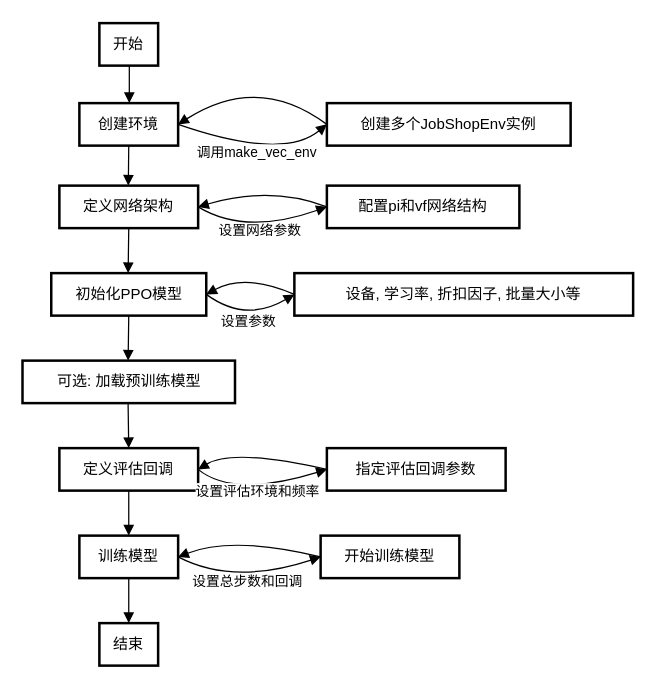
The draw.io diagram PPO.drawio in LFNing/General, before the edit. Source tidied: cells renumbered, new cells numbered last; positions are measured from the earlier drawing's top-left corner, leaving out a move shared by most shapes. Both pictures are drawn from the tidied source at 125%, with x=0, y=0 at pixel (22, 22).
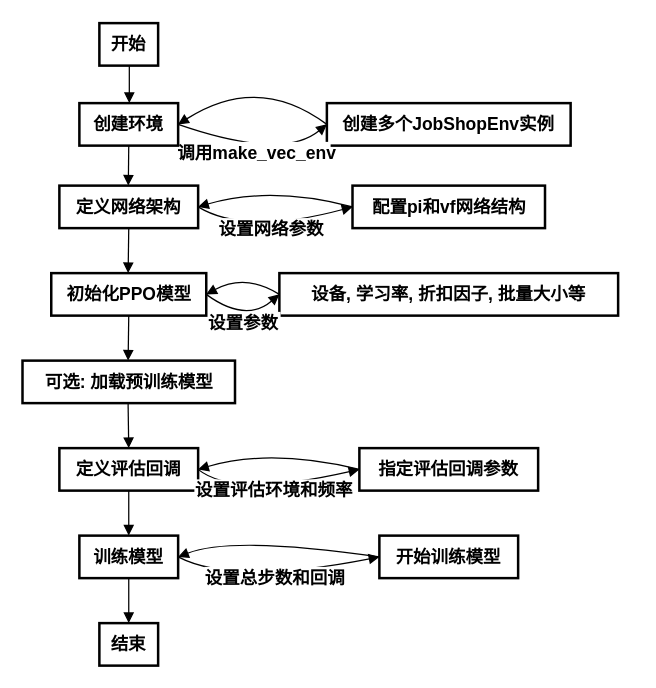
The same diagram, later.

Change to the diagram source:
```diff
@@
-    <mxCell id="2" value="开始" style="whiteSpace=wrap;strokeWidth=2;" parent="1" vertex="1">
+    <mxCell id="2" value="开始" style="whiteSpace=wrap;strokeWidth=2;fontFamily=宋体-简;fontStyle=1;fontSize=14;" parent="1" vertex="1">
       <mxGeometry x="61" width="47" height="34" as="geometry" />
     </mxCell>
-    <mxCell id="3" value="创建环境" style="whiteSpace=wrap;strokeWidth=2;" parent="1" vertex="1">
+    <mxCell id="3" value="创建环境" style="whiteSpace=wrap;strokeWidth=2;fontFamily=宋体-简;fontStyle=1;fontSize=14;" parent="1" vertex="1">
       <mxGeometry x="45" y="64" width="79" height="34" as="geometry" />
     </mxCell>
-    <mxCell id="4" value="定义网络架构" style="whiteSpace=wrap;strokeWidth=2;" parent="1" vertex="1">
+    <mxCell id="4" value="定义网络架构" style="whiteSpace=wrap;strokeWidth=2;fontFamily=宋体-简;fontStyle=1;fontSize=14;" parent="1" vertex="1">
       <mxGeometry x="29" y="130" width="111" height="34" as="geometry" />
     </mxCell>
-    <mxCell id="5" value="初始化PPO模型" style="whiteSpace=wrap;strokeWidth=2;" parent="1" vertex="1">
+    <mxCell id="5" value="初始化PPO模型" style="whiteSpace=wrap;strokeWidth=2;fontFamily=宋体-简;fontStyle=1;fontSize=14;" parent="1" vertex="1">
       <mxGeometry x="22.5" y="200" width="124" height="34" as="geometry" />
     </mxCell>
-    <mxCell id="6" value="可选: 加载预训练模型" style="whiteSpace=wrap;strokeWidth=2;" parent="1" vertex="1">
+    <mxCell id="6" value="可选: 加载预训练模型" style="whiteSpace=wrap;strokeWidth=2;fontFamily=宋体-简;fontStyle=1;fontSize=14;" parent="1" vertex="1">
       <mxGeometry x="-0.5" y="270" width="170" height="34" as="geometry" />
     </mxCell>
-    <mxCell id="7" value="定义评估回调" style="whiteSpace=wrap;strokeWidth=2;" parent="1" vertex="1">
+    <mxCell id="7" value="定义评估回调" style="whiteSpace=wrap;strokeWidth=2;fontFamily=宋体-简;fontStyle=1;fontSize=14;" parent="1" vertex="1">
       <mxGeometry x="29" y="340" width="111" height="34" as="geometry" />
     </mxCell>
-    <mxCell id="8" value="训练模型" style="whiteSpace=wrap;strokeWidth=2;" parent="1" vertex="1">
+    <mxCell id="8" value="训练模型" style="whiteSpace=wrap;strokeWidth=2;fontFamily=宋体-简;fontStyle=1;fontSize=14;" parent="1" vertex="1">
       <mxGeometry x="45" y="410" width="79" height="34" as="geometry" />
     </mxCell>
-    <mxCell id="9" value="结束" style="whiteSpace=wrap;strokeWidth=2;" parent="1" vertex="1">
+    <mxCell id="9" value="结束" style="whiteSpace=wrap;strokeWidth=2;fontFamily=宋体-简;fontStyle=1;fontSize=14;" parent="1" vertex="1">
       <mxGeometry x="61" y="480" width="47" height="34" as="geometry" />
     </mxCell>
-    <mxCell id="10" value="创建多个JobShopEnv实例" style="whiteSpace=wrap;strokeWidth=2;" parent="1" vertex="1">
+    <mxCell id="10" value="创建多个JobShopEnv实例" style="whiteSpace=wrap;strokeWidth=2;fontFamily=宋体-简;fontStyle=1;fontSize=14;" parent="1" vertex="1">
       <mxGeometry x="243" y="64" width="195" height="34" as="geometry" />
     </mxCell>
-    <mxCell id="11" value="配置pi和vf网络结构" style="whiteSpace=wrap;strokeWidth=2;" parent="1" vertex="1">
-      <mxGeometry x="243" y="130" width="154" height="34" as="geometry" />
+    <mxCell id="11" value="配置pi和vf网络结构" style="whiteSpace=wrap;strokeWidth=2;fontFamily=宋体-简;fontStyle=1;fontSize=14;" parent="1" vertex="1">
+      <mxGeometry x="263.5" y="130" width="154" height="34" as="geometry" />
     </mxCell>
-    <mxCell id="12" value="设备, 学习率, 折扣因子, 批量大小等" style="whiteSpace=wrap;strokeWidth=2;" parent="1" vertex="1">
-      <mxGeometry x="217" y="200" width="271" height="34" as="geometry" />
+    <mxCell id="12" value="设备, 学习率, 折扣因子, 批量大小等" style="whiteSpace=wrap;strokeWidth=2;fontFamily=宋体-简;fontStyle=1;fontSize=14;" parent="1" vertex="1">
+      <mxGeometry x="205" y="200" width="271" height="34" as="geometry" />
     </mxCell>
-    <mxCell id="13" value="指定评估回调参数" style="whiteSpace=wrap;strokeWidth=2;" parent="1" vertex="1">
-      <mxGeometry x="243" y="340" width="143" height="34" as="geometry" />
+    <mxCell id="13" value="指定评估回调参数" style="whiteSpace=wrap;strokeWidth=2;fontFamily=宋体-简;fontStyle=1;fontSize=14;" parent="1" vertex="1">
+      <mxGeometry x="269" y="340" width="143" height="34" as="geometry" />
     </mxCell>
-    <mxCell id="14" value="开始训练模型" style="whiteSpace=wrap;strokeWidth=2;" parent="1" vertex="1">
-      <mxGeometry x="238" y="410" width="111" height="34" as="geometry" />
+    <mxCell id="14" value="开始训练模型" style="whiteSpace=wrap;strokeWidth=2;fontFamily=宋体-简;fontStyle=1;fontSize=14;" parent="1" vertex="1">
+      <mxGeometry x="285" y="410" width="111" height="34" as="geometry" />
     </mxCell>
-    <mxCell id="15" style="curved=1;startArrow=none;endArrow=block;exitX=0.509765625;exitY=0.9852941176470589;entryX=0.5058099287974683;entryY=-0.014705882352941176;rounded=0;" parent="1" edge="1" source="2" target="3">
+    <mxCell id="15" style="curved=1;startArrow=none;endArrow=block;exitX=0.509765625;exitY=0.9852941176470589;entryX=0.5058099287974683;entryY=-0.014705882352941176;rounded=0;fontFamily=宋体-简;fontStyle=1;fontSize=14;" parent="1" edge="1" source="2" target="3">
       <mxGeometry relative="1" as="geometry" />
     </mxCell>
-    <mxCell id="16" style="curved=1;startArrow=none;endArrow=block;exitX=0.5;exitY=1;entryX=0.4967799831081081;entryY=-0.014705882352941176;rounded=0;exitDx=0;exitDy=0;" parent="1" edge="1" source="3" target="4">
+    <mxCell id="16" style="curved=1;startArrow=none;endArrow=block;exitX=0.5;exitY=1;entryX=0.4967799831081081;entryY=-0.014705882352941176;rounded=0;exitDx=0;exitDy=0;fontFamily=宋体-简;fontStyle=1;fontSize=14;" parent="1" edge="1" source="3" target="4">
       <mxGeometry relative="1" as="geometry" />
     </mxCell>
-    <mxCell id="17" style="curved=0;startArrow=none;endArrow=block;exitX=0.5;exitY=1;entryX=0.4959677419354839;entryY=-0.014705882352941176;rounded=0;exitDx=0;exitDy=0;" parent="1" edge="1" source="4" target="5">
+    <mxCell id="17" style="curved=0;startArrow=none;endArrow=block;exitX=0.5;exitY=1;entryX=0.4959677419354839;entryY=-0.014705882352941176;rounded=0;exitDx=0;exitDy=0;fontFamily=宋体-简;fontStyle=1;fontSize=14;" parent="1" edge="1" source="4" target="5">
       <mxGeometry relative="1" as="geometry" />
     </mxCell>
-    <mxCell id="18" style="curved=0;startArrow=none;endArrow=block;entryX=0.4970588235294118;entryY=-0.014705882352941176;rounded=0;exitX=0.5;exitY=1;exitDx=0;exitDy=0;" parent="1" edge="1" source="5" target="6">
+    <mxCell id="18" style="curved=0;startArrow=none;endArrow=block;entryX=0.4970588235294118;entryY=-0.014705882352941176;rounded=0;exitX=0.5;exitY=1;exitDx=0;exitDy=0;fontFamily=宋体-简;fontStyle=1;fontSize=14;" parent="1" edge="1" source="5" target="6">
       <mxGeometry relative="1" as="geometry" />
     </mxCell>
-    <mxCell id="19" style="curved=1;startArrow=none;endArrow=block;exitX=0.4970588235294118;exitY=0.9705882352941176;entryX=0.5;entryY=0;rounded=0;" parent="1" edge="1" source="6" target="7">
+    <mxCell id="19" style="curved=1;startArrow=none;endArrow=block;exitX=0.4970588235294118;exitY=0.9705882352941176;entryX=0.5;entryY=0;rounded=0;fontFamily=宋体-简;fontStyle=1;fontSize=14;" parent="1" edge="1" source="6" target="7">
       <mxGeometry relative="1" as="geometry" />
     </mxCell>
-    <mxCell id="20" style="curved=1;startArrow=none;endArrow=block;exitX=0.5;exitY=1;entryX=0.5;entryY=0;rounded=0;exitDx=0;exitDy=0;" parent="1" edge="1" source="7" target="8">
+    <mxCell id="20" style="curved=1;startArrow=none;endArrow=block;exitX=0.5;exitY=1;entryX=0.5;entryY=0;rounded=0;exitDx=0;exitDy=0;fontFamily=宋体-简;fontStyle=1;fontSize=14;" parent="1" edge="1" source="7" target="8">
       <mxGeometry relative="1" as="geometry" />
     </mxCell>
-    <mxCell id="21" style="curved=1;startArrow=none;endArrow=block;exitX=0.5;exitY=1;entryX=0.5;entryY=0;rounded=0;exitDx=0;exitDy=0;" parent="1" edge="1" source="8" target="9">
+    <mxCell id="21" style="curved=1;startArrow=none;endArrow=block;exitX=0.5;exitY=1;entryX=0.5;entryY=0;rounded=0;exitDx=0;exitDy=0;fontFamily=宋体-简;fontStyle=1;fontSize=14;" parent="1" edge="1" source="8" target="9">
       <mxGeometry relative="1" as="geometry" />
     </mxCell>
-    <mxCell id="22" value="调用make_vec_env" style="curved=1;startArrow=none;endArrow=block;exitX=1;exitY=0.5;entryX=0;entryY=0.5;rounded=0;exitDx=0;exitDy=0;entryDx=0;entryDy=0;" parent="1" edge="1" source="3" target="10">
+    <mxCell id="22" value="调用make_vec_env" style="curved=1;startArrow=none;endArrow=block;exitX=1;exitY=0.5;entryX=0;entryY=0.5;rounded=0;exitDx=0;exitDy=0;entryDx=0;entryDy=0;fontFamily=宋体-简;fontStyle=1;fontSize=14;" parent="1" edge="1" source="3" target="10">
       <mxGeometry relative="1" as="geometry">
         <Array as="points">
           <mxPoint x="208" y="110" />
         </Array>
       </mxGeometry>
     </mxCell>
-    <mxCell id="23" style="curved=1;startArrow=none;endArrow=block;exitX=0;exitY=0.5;entryX=1;entryY=0.5;rounded=0;entryDx=0;entryDy=0;exitDx=0;exitDy=0;" parent="1" edge="1" source="10" target="3">
+    <mxCell id="23" style="curved=1;startArrow=none;endArrow=block;exitX=0;exitY=0.5;entryX=1;entryY=0.5;rounded=0;entryDx=0;entryDy=0;exitDx=0;exitDy=0;fontFamily=宋体-简;fontStyle=1;fontSize=14;" parent="1" edge="1" source="10" target="3">
       <mxGeometry relative="1" as="geometry">
         <Array as="points">
           <mxPoint x="188" y="40" />
         </Array>
       </mxGeometry>
     </mxCell>
-    <mxCell id="24" value="设置网络参数" style="curved=1;startArrow=none;endArrow=block;rounded=0;exitX=1;exitY=0.5;exitDx=0;exitDy=0;entryX=0;entryY=0.5;entryDx=0;entryDy=0;" parent="1" edge="1" source="4" target="11">
+    <mxCell id="24" value="设置网络参数" style="curved=1;startArrow=none;endArrow=block;rounded=0;exitX=1;exitY=0.5;exitDx=0;exitDy=0;entryX=0;entryY=0.5;entryDx=0;entryDy=0;fontFamily=宋体-简;fontStyle=1;fontSize=14;" parent="1" edge="1" source="4" target="11">
       <mxGeometry relative="1" as="geometry">
         <Array as="points">
           <mxPoint x="178" y="170" />
         </Array>
       </mxGeometry>
     </mxCell>
-    <mxCell id="25" style="curved=1;startArrow=none;endArrow=block;entryX=1;entryY=0.5;rounded=0;entryDx=0;entryDy=0;exitX=0;exitY=0.5;exitDx=0;exitDy=0;" parent="1" edge="1" source="11" target="4">
+    <mxCell id="25" style="curved=1;startArrow=none;endArrow=block;entryX=1;entryY=0.5;rounded=0;entryDx=0;entryDy=0;exitX=0;exitY=0.5;exitDx=0;exitDy=0;fontFamily=宋体-简;fontStyle=1;fontSize=14;" parent="1" edge="1" source="11" target="4">
       <mxGeometry relative="1" as="geometry">
         <Array as="points">
           <mxPoint x="198" y="130" />
         </Array>
       </mxGeometry>
     </mxCell>
-    <mxCell id="26" value="设置参数" style="curved=1;startArrow=none;endArrow=block;exitX=1;exitY=0.5;entryX=0;entryY=0.5;rounded=0;entryDx=0;entryDy=0;exitDx=0;exitDy=0;" parent="1" edge="1" source="5" target="12">
+    <mxCell id="26" value="设置参数" style="curved=1;startArrow=none;endArrow=block;exitX=1;exitY=0.5;entryX=0;entryY=0.5;rounded=0;entryDx=0;entryDy=0;exitDx=0;exitDy=0;fontFamily=宋体-简;fontStyle=1;fontSize=14;" parent="1" edge="1" source="5" target="12">
       <mxGeometry relative="1" as="geometry">
         <Array as="points">
           <mxPoint x="178" y="240" />
         </Array>
       </mxGeometry>
     </mxCell>
-    <mxCell id="27" style="curved=1;startArrow=none;endArrow=block;exitX=0;exitY=0.5;entryX=1;entryY=0.5;rounded=0;exitDx=0;exitDy=0;entryDx=0;entryDy=0;" parent="1" edge="1" source="12" target="5">
+    <mxCell id="27" style="curved=1;startArrow=none;endArrow=block;exitX=0;exitY=0.5;entryX=1;entryY=0.5;rounded=0;exitDx=0;exitDy=0;entryDx=0;entryDy=0;fontFamily=宋体-简;fontStyle=1;fontSize=14;" parent="1" edge="1" source="12" target="5">
       <mxGeometry relative="1" as="geometry">
         <Array as="points">
           <mxPoint x="178" y="200" />
         </Array>
       </mxGeometry>
     </mxCell>
-    <mxCell id="28" value="设置评估环境和频率" style="curved=1;startArrow=none;endArrow=block;exitX=1;exitY=0.5;entryX=0;entryY=0.5;rounded=0;entryDx=0;entryDy=0;exitDx=0;exitDy=0;" parent="1" edge="1" source="7" target="13">
+    <mxCell id="28" value="设置评估环境和频率" style="curved=1;startArrow=none;endArrow=block;exitX=1;exitY=0.5;entryX=0;entryY=0.5;rounded=0;entryDx=0;entryDy=0;exitDx=0;exitDy=0;fontFamily=宋体-简;fontStyle=1;fontSize=14;" parent="1" edge="1" source="7" target="13">
       <mxGeometry relative="1" as="geometry">
         <Array as="points">
           <mxPoint x="168" y="380" />
         </Array>
       </mxGeometry>
     </mxCell>
-    <mxCell id="29" style="curved=1;startArrow=none;endArrow=block;exitX=0;exitY=0.5;entryX=1;entryY=0.5;rounded=0;entryDx=0;entryDy=0;exitDx=0;exitDy=0;" parent="1" edge="1" source="13" target="7">
+    <mxCell id="29" style="curved=1;startArrow=none;endArrow=block;exitX=0;exitY=0.5;entryX=1;entryY=0.5;rounded=0;entryDx=0;entryDy=0;exitDx=0;exitDy=0;fontFamily=宋体-简;fontStyle=1;fontSize=14;" parent="1" edge="1" source="13" target="7">
       <mxGeometry relative="1" as="geometry">
         <Array as="points">
-          <mxPoint x="168" y="340" />
+          <mxPoint x="198" y="340" />
         </Array>
       </mxGeometry>
     </mxCell>
-    <mxCell id="30" value="设置总步数和回调" style="curved=1;startArrow=none;endArrow=block;exitX=1;exitY=0.5;entryX=0;entryY=0.5;rounded=0;entryDx=0;entryDy=0;exitDx=0;exitDy=0;" parent="1" edge="1" source="8" target="14">
+    <mxCell id="30" value="设置总步数和回调" style="curved=1;startArrow=none;endArrow=block;exitX=1;exitY=0.5;entryX=0;entryY=0.5;rounded=0;entryDx=0;entryDy=0;exitDx=0;exitDy=0;fontFamily=宋体-简;fontStyle=1;fontSize=14;" parent="1" edge="1" source="8" target="14">
       <mxGeometry relative="1" as="geometry">
         <Array as="points">
           <mxPoint x="168" y="450" />
         </Array>
       </mxGeometry>
     </mxCell>
-    <mxCell id="31" style="curved=1;startArrow=none;endArrow=block;exitX=0;exitY=0.5;entryX=1;entryY=0.5;rounded=0;entryDx=0;entryDy=0;exitDx=0;exitDy=0;" parent="1" edge="1" source="14" target="8">
+    <mxCell id="31" style="curved=1;startArrow=none;endArrow=block;exitX=0;exitY=0.5;entryX=1;entryY=0.5;rounded=0;entryDx=0;entryDy=0;exitDx=0;exitDy=0;fontFamily=宋体-简;fontStyle=1;fontSize=14;" parent="1" edge="1" source="14" target="8">
       <mxGeometry relative="1" as="geometry">
         <Array as="points">
           <mxPoint x="168" y="410" />
         </Array>
       </mxGeometry>
     </mxCell>
```
